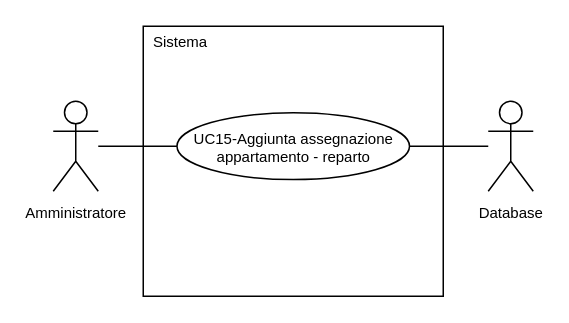
Above: 2-RTB/Documenti_esterni/Analisi_dei_requisiti/draw.io/UC15.drawio in SnakeByteTeam/snakebyteteam.github.io (draw.io), before the change. Source tidied: cells renumbered, new cells numbered last; positions are measured from the earlier drawing's top-left corner, leaving out a move shared by most shapes. Both pictures are drawn from the tidied source at 150%, with x=0, y=0 at pixel (52, 26).
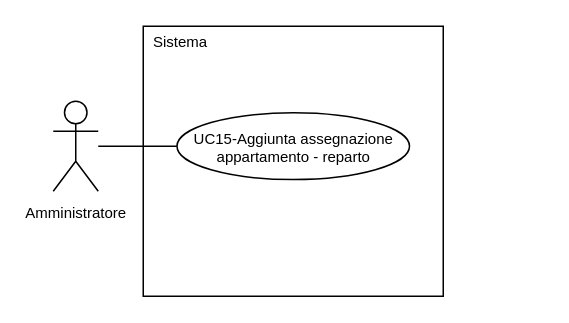
The same page after the edit.

The edit, as a diff of the source:
```diff
@@
 <mxGraphModel>
   <root>
     <mxCell id="0" />
     <mxCell id="1" parent="0" />
     <mxCell id="2" value="&lt;font style=&quot;font-size: 10px; line-height: 100%;&quot;&gt;Amministratore&lt;/font&gt;" style="shape=umlActor;verticalLabelPosition=bottom;verticalAlign=top;html=1;outlineConnect=0;" parent="1" vertex="1">
       <mxGeometry y="50" width="30" height="60" as="geometry" />
     </mxCell>
     <mxCell id="3" style="rounded=0;whiteSpace=wrap;html=1;" parent="1" vertex="1">
       <mxGeometry x="60" width="200" height="180" as="geometry" />
     </mxCell>
     <mxCell id="4" style="edgeStyle=orthogonalEdgeStyle;rounded=0;jettySize=auto;html=1;exitX=0;exitY=0.5;exitDx=0;exitDy=0;endArrow=none;endFill=0;" parent="1" edge="1" source="5" target="2">
       <mxGeometry relative="1" as="geometry" />
     </mxCell>
     <mxCell id="5" value="&lt;div style=&quot;line-height: 100%;&quot;&gt;&lt;font style=&quot;line-height: 100%; font-size: 10px;&quot;&gt;UC15-Aggiunta assegnazione&lt;/font&gt;&lt;/div&gt;&lt;div style=&quot;line-height: 100%;&quot;&gt;&lt;font style=&quot;line-height: 100%; font-size: 10px;&quot;&gt;appartamento - reparto&lt;/font&gt;&lt;/div&gt;" style="ellipse;whiteSpace=wrap;html=1;" parent="1" vertex="1">
       <mxGeometry x="82.5" y="57.7" width="155" height="44.5" as="geometry" />
     </mxCell>
     <mxCell id="6" value="&lt;font style=&quot;font-size: 10px;&quot;&gt;Sistema&lt;/font&gt;" style="text;html=1;whiteSpace=wrap;strokeColor=none;fillColor=none;align=center;verticalAlign=middle;rounded=0;" parent="1" vertex="1">
       <mxGeometry x="60" width="50" height="20" as="geometry" />
     </mxCell>
-    <mxCell id="7" style="edgeStyle=orthogonalEdgeStyle;rounded=0;jettySize=auto;html=1;entryX=1;entryY=0.5;entryDx=0;entryDy=0;endArrow=none;endFill=0;" parent="1" edge="1" source="8" target="5">
-      <mxGeometry relative="1" as="geometry" />
-    </mxCell>
-    <mxCell id="8" value="&lt;span style=&quot;font-size: 10px;&quot;&gt;Database&lt;/span&gt;" style="shape=umlActor;verticalLabelPosition=bottom;verticalAlign=top;html=1;outlineConnect=0;" parent="1" vertex="1">
-      <mxGeometry x="290" y="50" width="30" height="60" as="geometry" />
-    </mxCell>
   </root>
 </mxGraphModel>
```
